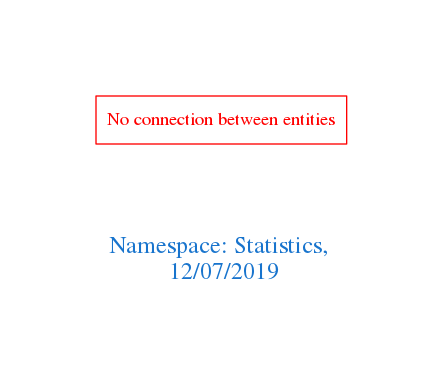
The Graphviz diagram downloads/Statistics.png in arago/OGIT, before a commit. Its source is kept beside it as downloads/Statistics.dot.
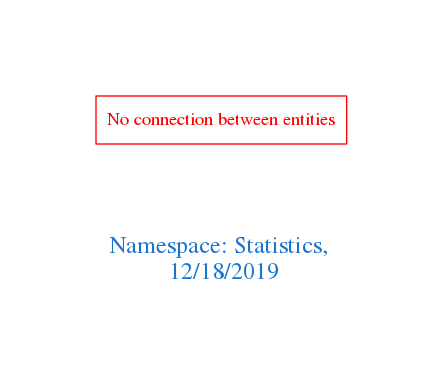
After the commit.

Diff of the diagram source:
```diff
@@ -1,7 +1,7 @@
 digraph OGIT_ontology {
  graph [ rankdir= LR,pad=1
 fontsize = 18,
-fontcolor= dodgerblue3,label = "\n\n\nNamespace: Statistics, \n 12/07/2019"];
+fontcolor= dodgerblue3,label = "\n\n\nNamespace: Statistics, \n 12/18/2019"];
 node[shape=polygon];
 edge [  color="gray81"];
 
```
